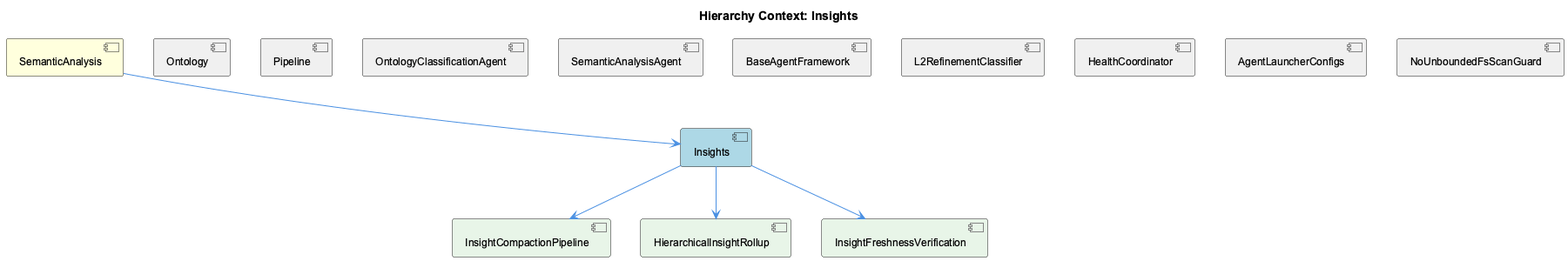
This is knowledge-management/insights/images/insights-relationship.png from fwornle/coding, a PlantUML export, as it was before one commit.
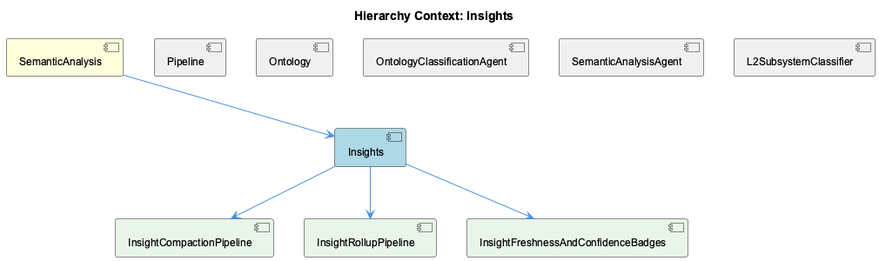
Later version of the same file.

Change to the diagram source:
```diff
@@ -5,31 +5,23 @@
 
 [SemanticAnalysis] as semantic_analysis #FFFFDD
 [Insights] as insights #LightBlue
+[Pipeline] as pipeline #F0F0F0
 [Ontology] as ontology #F0F0F0
-[Pipeline] as pipeline #F0F0F0
 [OntologyClassificationAgent] as ontology_classification_agent #F0F0F0
 [SemanticAnalysisAgent] as semantic_analysis_agent #F0F0F0
-[BaseAgentFramework] as base_agent_framework #F0F0F0
-[L2RefinementClassifier] as l2_refinement_classifier #F0F0F0
-[HealthCoordinator] as health_coordinator #F0F0F0
-[AgentLauncherConfigs] as agent_launcher_configs #F0F0F0
-[NoUnboundedFsScanGuard] as no_unbounded_fs_scan_guard #F0F0F0
+[L2SubsystemClassifier] as l2_subsystem_classifier #F0F0F0
 [InsightCompactionPipeline] as insight_compaction_pipeline #E8F5E8
-[HierarchicalInsightRollup] as hierarchical_insight_rollup #E8F5E8
-[InsightFreshnessVerification] as insight_freshness_verification #E8F5E8
+[InsightRollupPipeline] as insight_rollup_pipeline #E8F5E8
+[InsightFreshnessAndConfidenceBadges] as insight_freshness_and_confidence_badges #E8F5E8
 
 semantic_analysis --> insights
+pipeline -[hidden]- insights
 ontology -[hidden]- insights
-pipeline -[hidden]- insights
 ontology_classification_agent -[hidden]- insights
 semantic_analysis_agent -[hidden]- insights
-base_agent_framework -[hidden]- insights
-l2_refinement_classifier -[hidden]- insights
-health_coordinator -[hidden]- insights
-agent_launcher_configs -[hidden]- insights
-no_unbounded_fs_scan_guard -[hidden]- insights
+l2_subsystem_classifier -[hidden]- insights
 insights --> insight_compaction_pipeline
-insights --> hierarchical_insight_rollup
-insights --> insight_freshness_verification
+insights --> insight_rollup_pipeline
+insights --> insight_freshness_and_confidence_badges
 
 @enduml
```
